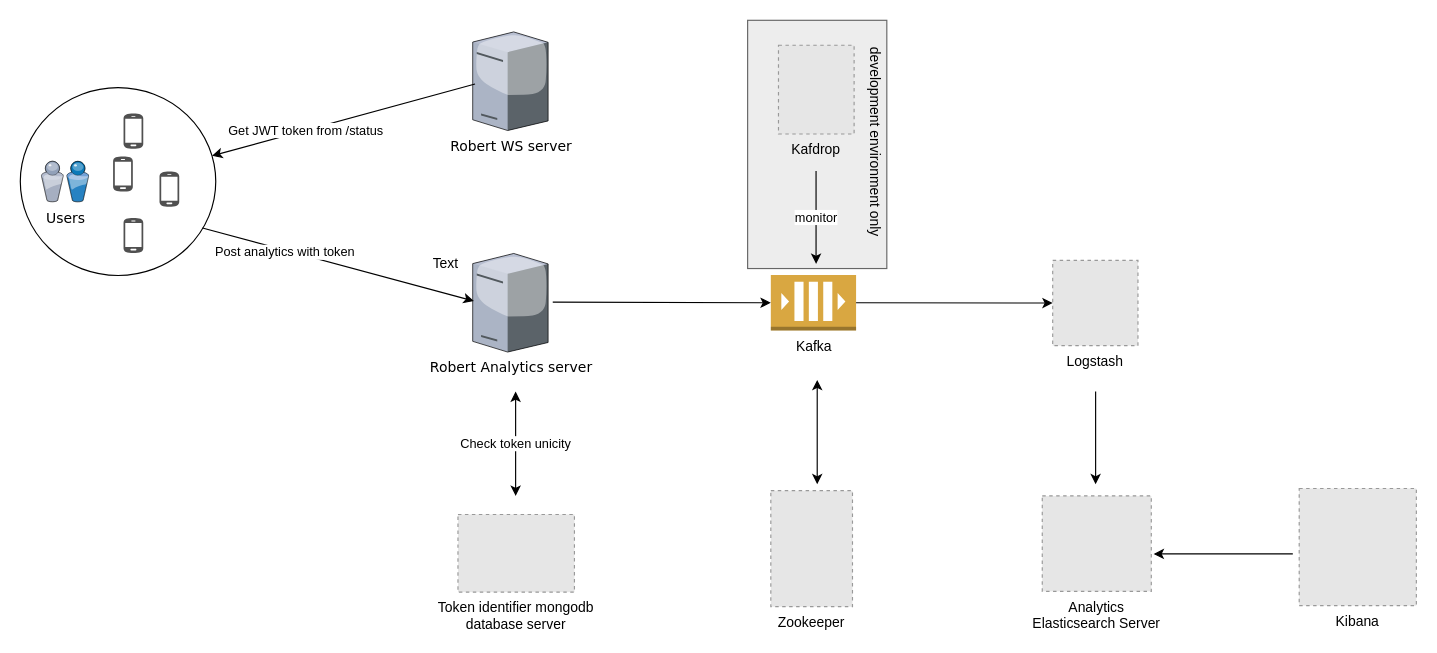
MerisierTac/analytics-server keeps this draw.io diagram as analytics.drawio. Above is the earlier version. Source tidied: cells renumbered, new cells numbered last; positions are measured from the earlier drawing's top-left corner, leaving out a move shared by most shapes. Both pictures are drawn from the tidied source at 116%, with x=0, y=0 at pixel (20, 20). Pictures stored in the file or linked from it are replaced by grey dashed boxes.
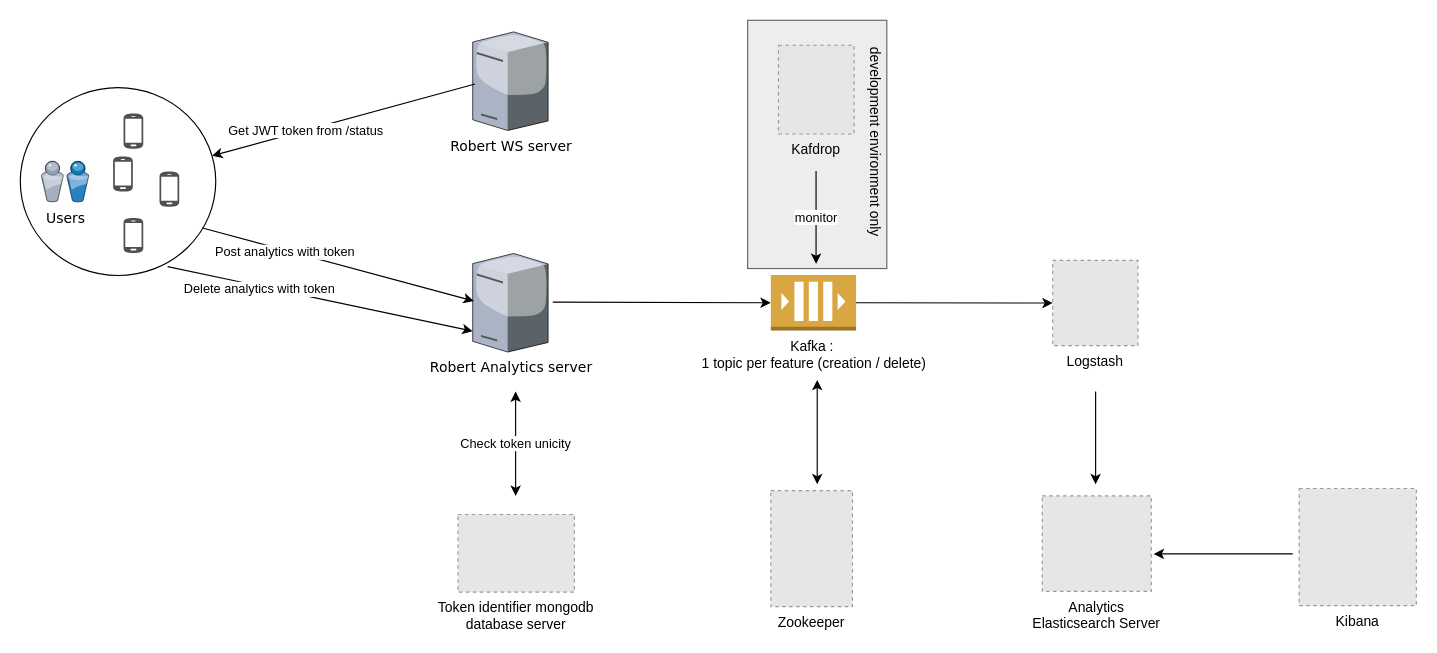
After the change.

The change refers to these unchanged cells:
```xml
<mxCell id="10" value="&lt;div&gt;Robert Analytics server&lt;/div&gt;&lt;div&gt;&lt;br&gt;&lt;/div&gt;" style="verticalLabelPosition=bottom;html=1;verticalAlign=top;strokeColor=none;shape=mxgraph.citrix.tower_server;rounded=0;shadow=0;comic=0;fontFamily=Verdana;" parent="1" vertex="1">
  <mxGeometry x="390" y="201" width="65" height="85" as="geometry" />
</mxCell>
```

Diff of the diagram source:
```diff
@@
-    <mxCell id="15" value="Kafka" style="outlineConnect=0;dashed=0;verticalLabelPosition=bottom;verticalAlign=top;align=center;html=1;shape=mxgraph.aws3.queue;fillColor=#D9A741;gradientColor=none;" parent="1" vertex="1">
+    <mxCell id="15" value="Kafka :&amp;nbsp;&lt;br&gt;1 topic per feature (creation / delete)" style="outlineConnect=0;dashed=0;verticalLabelPosition=bottom;verticalAlign=top;align=center;html=1;shape=mxgraph.aws3.queue;fillColor=#D9A741;gradientColor=none;" parent="1" vertex="1">
       <mxGeometry x="647" y="219.5" width="73.5" height="48" as="geometry" />
     </mxCell>
@@
-    <mxCell id="29" value="Text" style="text;html=1;strokeColor=none;fillColor=none;align=center;verticalAlign=middle;whiteSpace=wrap;rounded=0;" parent="1" vertex="1">
-      <mxGeometry x="347" y="200" width="40" height="20" as="geometry" />
-    </mxCell>
@@
+    <mxCell id="31" style="endArrow=classic;html=1;exitX=0.932;exitY=0.747;exitDx=0;exitDy=0;exitPerimeter=0;entryX=0;entryY=0.788;entryDx=0;entryDy=0;entryPerimeter=0;" parent="1" edge="1" target="10">
+      <mxGeometry relative="1" as="geometry">
+        <mxPoint x="127" y="212.3" as="sourcePoint" />
+      </mxGeometry>
+    </mxCell>
+    <mxCell id="32" value="Delete analytics with token" style="edgeLabel;html=1;align=center;verticalAlign=middle;" parent="31" vertex="1">
+      <mxGeometry x="-0.4" y="-2" relative="1" as="geometry" />
+    </mxCell>
```
